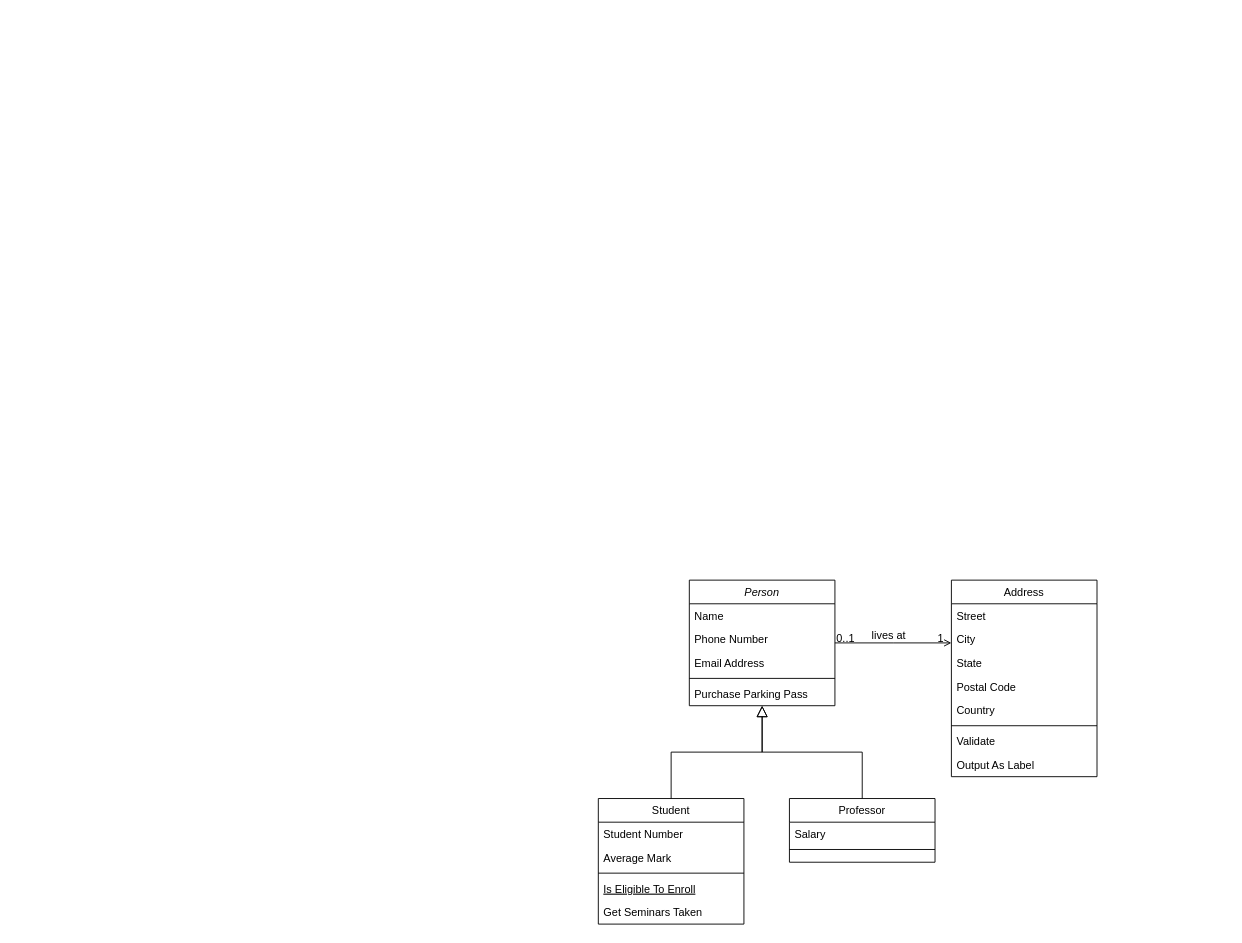
Before: 제목 없는 다이어그램.drawio in cocoju1704/camping, a draw.io diagram. Source tidied: cells renumbered, new cells numbered last; positions are measured from the earlier drawing's top-left corner, leaving out a move shared by most shapes. Both pictures are drawn from the tidied source at 91%, with x=0, y=0 at pixel (598, 580).
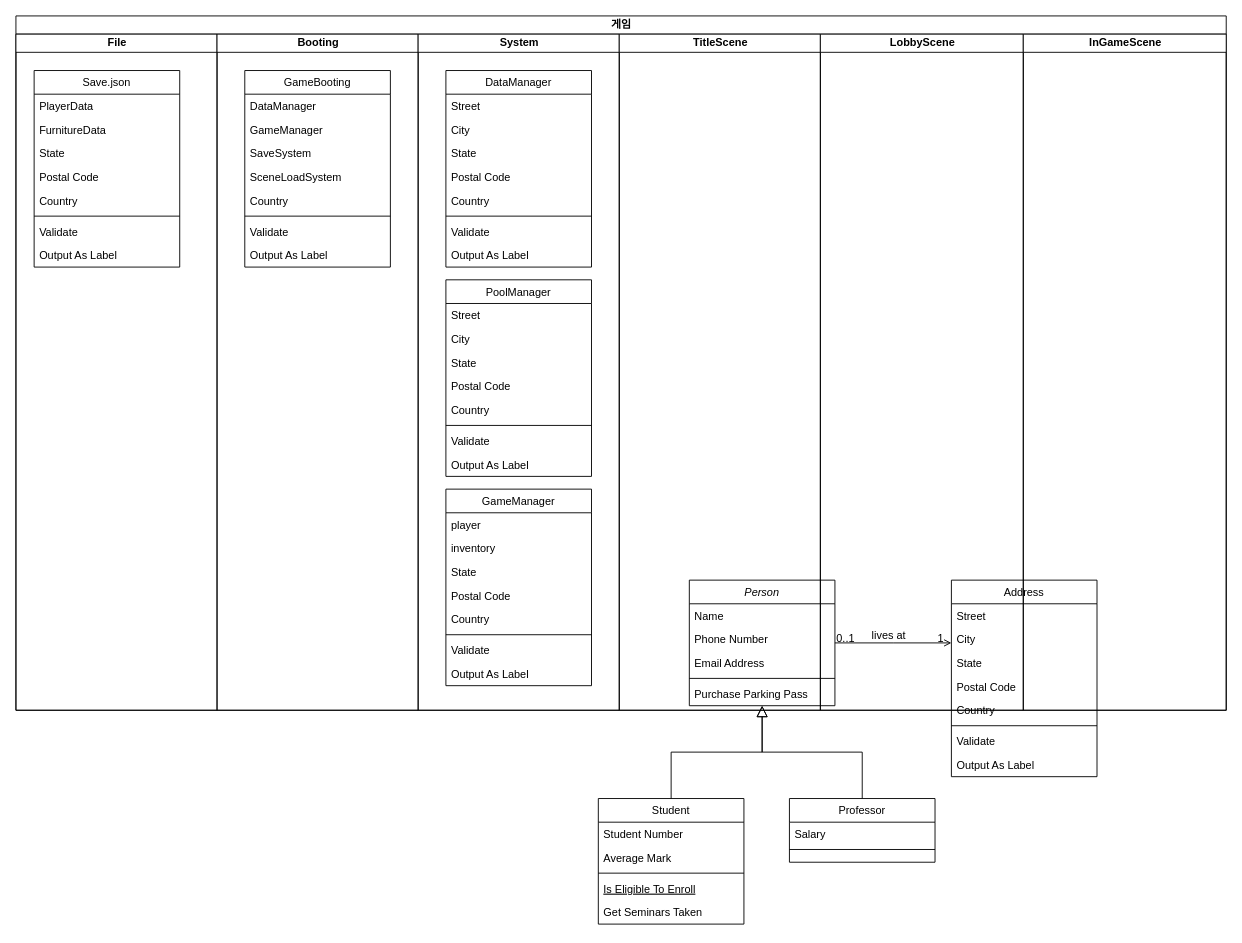
The same diagram, later.

Commit message:
제목 없는 다이어그램.drawio 업데이트

The edit, as a diff of the source:
```diff
@@
+    <mxCell id="32" value="게임" style="swimlane;startSize=20;html=1;" parent="1" vertex="1">
+      <mxGeometry x="-640" y="-620" width="1330" height="763" as="geometry" />
+    </mxCell>
+    <mxCell id="33" value="File" style="swimlane;startSize=20;html=1;" parent="32" vertex="1">
+      <mxGeometry y="20" width="221" height="743" as="geometry" />
+    </mxCell>
+    <mxCell id="34" value="Booting" style="swimlane;startSize=20;html=1;" parent="32" vertex="1">
+      <mxGeometry x="221" y="20" width="221" height="743" as="geometry" />
+    </mxCell>
+    <mxCell id="35" value="GameBooting" style="swimlane;fontStyle=0;align=center;verticalAlign=top;horizontal=1;startSize=26;rounded=0;shadow=0;strokeWidth=1;" parent="34" vertex="1">
+      <mxGeometry x="30.5" y="40" width="160" height="216" as="geometry" />
+    </mxCell>
+    <mxCell id="36" value="DataManager" style="text;align=left;verticalAlign=top;spacingLeft=4;spacingRight=4;overflow=hidden;" parent="35" vertex="1">
+      <mxGeometry y="26" width="160" height="26" as="geometry" />
+    </mxCell>
+    <mxCell id="37" value="GameManager" style="text;align=left;verticalAlign=top;spacingLeft=4;spacingRight=4;overflow=hidden;rounded=0;shadow=0;html=0;" parent="35" vertex="1">
+      <mxGeometry y="52" width="160" height="26" as="geometry" />
+    </mxCell>
+    <mxCell id="38" value="SaveSystem" style="text;align=left;verticalAlign=top;spacingLeft=4;spacingRight=4;overflow=hidden;rounded=0;shadow=0;html=0;" parent="35" vertex="1">
+      <mxGeometry y="78" width="160" height="26" as="geometry" />
+    </mxCell>
+    <mxCell id="39" value="SceneLoadSystem" style="text;align=left;verticalAlign=top;spacingLeft=4;spacingRight=4;overflow=hidden;rounded=0;shadow=0;html=0;" parent="35" vertex="1">
+      <mxGeometry y="104" width="160" height="26" as="geometry" />
+    </mxCell>
+    <mxCell id="40" value="Country" style="text;align=left;verticalAlign=top;spacingLeft=4;spacingRight=4;overflow=hidden;rounded=0;shadow=0;html=0;" parent="35" vertex="1">
+      <mxGeometry y="130" width="160" height="26" as="geometry" />
+    </mxCell>
+    <mxCell id="41" style="line;html=1;strokeWidth=1;align=left;verticalAlign=middle;spacingTop=-1;spacingLeft=3;spacingRight=3;labelPosition=right;" parent="35" vertex="1">
+      <mxGeometry y="156" width="160" height="8" as="geometry" />
+    </mxCell>
+    <mxCell id="42" value="Validate" style="text;align=left;verticalAlign=top;spacingLeft=4;spacingRight=4;overflow=hidden;" parent="35" vertex="1">
+      <mxGeometry y="164" width="160" height="26" as="geometry" />
+    </mxCell>
+    <mxCell id="43" value="Output As Label" style="text;align=left;verticalAlign=top;spacingLeft=4;spacingRight=4;overflow=hidden;" parent="35" vertex="1">
+      <mxGeometry y="190" width="160" height="26" as="geometry" />
+    </mxCell>
+    <mxCell id="44" value="System" style="swimlane;startSize=20;html=1;" parent="32" vertex="1">
+      <mxGeometry x="442" y="20" width="221" height="743" as="geometry" />
+    </mxCell>
+    <mxCell id="45" value="DataManager" style="swimlane;fontStyle=0;align=center;verticalAlign=top;horizontal=1;startSize=26;rounded=0;shadow=0;strokeWidth=1;" parent="44" vertex="1">
+      <mxGeometry x="30.5" y="40" width="160" height="216" as="geometry" />
+    </mxCell>
+    <mxCell id="46" value="Street" style="text;align=left;verticalAlign=top;spacingLeft=4;spacingRight=4;overflow=hidden;" parent="45" vertex="1">
+      <mxGeometry y="26" width="160" height="26" as="geometry" />
+    </mxCell>
+    <mxCell id="47" value="City" style="text;align=left;verticalAlign=top;spacingLeft=4;spacingRight=4;overflow=hidden;rounded=0;shadow=0;html=0;" parent="45" vertex="1">
+      <mxGeometry y="52" width="160" height="26" as="geometry" />
+    </mxCell>
+    <mxCell id="48" value="State" style="text;align=left;verticalAlign=top;spacingLeft=4;spacingRight=4;overflow=hidden;rounded=0;shadow=0;html=0;" parent="45" vertex="1">
+      <mxGeometry y="78" width="160" height="26" as="geometry" />
+    </mxCell>
+    <mxCell id="49" value="Postal Code" style="text;align=left;verticalAlign=top;spacingLeft=4;spacingRight=4;overflow=hidden;rounded=0;shadow=0;html=0;" parent="45" vertex="1">
+      <mxGeometry y="104" width="160" height="26" as="geometry" />
+    </mxCell>
+    <mxCell id="50" value="Country" style="text;align=left;verticalAlign=top;spacingLeft=4;spacingRight=4;overflow=hidden;rounded=0;shadow=0;html=0;" parent="45" vertex="1">
+      <mxGeometry y="130" width="160" height="26" as="geometry" />
+    </mxCell>
+    <mxCell id="51" style="line;html=1;strokeWidth=1;align=left;verticalAlign=middle;spacingTop=-1;spacingLeft=3;spacingRight=3;labelPosition=right;" parent="45" vertex="1">
+      <mxGeometry y="156" width="160" height="8" as="geometry" />
+    </mxCell>
+    <mxCell id="52" value="Validate" style="text;align=left;verticalAlign=top;spacingLeft=4;spacingRight=4;overflow=hidden;" parent="45" vertex="1">
+      <mxGeometry y="164" width="160" height="26" as="geometry" />
+    </mxCell>
+    <mxCell id="53" value="Output As Label" style="text;align=left;verticalAlign=top;spacingLeft=4;spacingRight=4;overflow=hidden;" parent="45" vertex="1">
+      <mxGeometry y="190" width="160" height="26" as="geometry" />
+    </mxCell>
+    <mxCell id="54" value="PoolManager" style="swimlane;fontStyle=0;align=center;verticalAlign=top;horizontal=1;startSize=26;rounded=0;shadow=0;strokeWidth=1;" parent="44" vertex="1">
+      <mxGeometry x="30.5" y="270" width="160" height="216" as="geometry" />
+    </mxCell>
+    <mxCell id="55" value="Street" style="text;align=left;verticalAlign=top;spacingLeft=4;spacingRight=4;overflow=hidden;" parent="54" vertex="1">
+      <mxGeometry y="26" width="160" height="26" as="geometry" />
+    </mxCell>
+    <mxCell id="56" value="City" style="text;align=left;verticalAlign=top;spacingLeft=4;spacingRight=4;overflow=hidden;rounded=0;shadow=0;html=0;" parent="54" vertex="1">
+      <mxGeometry y="52" width="160" height="26" as="geometry" />
+    </mxCell>
+    <mxCell id="57" value="State" style="text;align=left;verticalAlign=top;spacingLeft=4;spacingRight=4;overflow=hidden;rounded=0;shadow=0;html=0;" parent="54" vertex="1">
+      <mxGeometry y="78" width="160" height="26" as="geometry" />
+    </mxCell>
+    <mxCell id="58" value="Postal Code" style="text;align=left;verticalAlign=top;spacingLeft=4;spacingRight=4;overflow=hidden;rounded=0;shadow=0;html=0;" parent="54" vertex="1">
+      <mxGeometry y="104" width="160" height="26" as="geometry" />
+    </mxCell>
+    <mxCell id="59" value="Country" style="text;align=left;verticalAlign=top;spacingLeft=4;spacingRight=4;overflow=hidden;rounded=0;shadow=0;html=0;" parent="54" vertex="1">
+      <mxGeometry y="130" width="160" height="26" as="geometry" />
+    </mxCell>
+    <mxCell id="60" style="line;html=1;strokeWidth=1;align=left;verticalAlign=middle;spacingTop=-1;spacingLeft=3;spacingRight=3;labelPosition=right;" parent="54" vertex="1">
+      <mxGeometry y="156" width="160" height="8" as="geometry" />
+    </mxCell>
+    <mxCell id="61" value="Validate" style="text;align=left;verticalAlign=top;spacingLeft=4;spacingRight=4;overflow=hidden;" parent="54" vertex="1">
+      <mxGeometry y="164" width="160" height="26" as="geometry" />
+    </mxCell>
+    <mxCell id="62" value="Output As Label" style="text;align=left;verticalAlign=top;spacingLeft=4;spacingRight=4;overflow=hidden;" parent="54" vertex="1">
+      <mxGeometry y="190" width="160" height="26" as="geometry" />
+    </mxCell>
+    <mxCell id="63" value="GameManager" style="swimlane;fontStyle=0;align=center;verticalAlign=top;horizontal=1;startSize=26;rounded=0;shadow=0;strokeWidth=1;" parent="44" vertex="1">
+      <mxGeometry x="30.5" y="500" width="160" height="216" as="geometry" />
+    </mxCell>
+    <mxCell id="64" value="player" style="text;align=left;verticalAlign=top;spacingLeft=4;spacingRight=4;overflow=hidden;" parent="63" vertex="1">
+      <mxGeometry y="26" width="160" height="26" as="geometry" />
+    </mxCell>
+    <mxCell id="65" value="inventory" style="text;align=left;verticalAlign=top;spacingLeft=4;spacingRight=4;overflow=hidden;rounded=0;shadow=0;html=0;" parent="63" vertex="1">
+      <mxGeometry y="52" width="160" height="26" as="geometry" />
+    </mxCell>
+    <mxCell id="66" value="State" style="text;align=left;verticalAlign=top;spacingLeft=4;spacingRight=4;overflow=hidden;rounded=0;shadow=0;html=0;" parent="63" vertex="1">
+      <mxGeometry y="78" width="160" height="26" as="geometry" />
+    </mxCell>
+    <mxCell id="67" value="Postal Code" style="text;align=left;verticalAlign=top;spacingLeft=4;spacingRight=4;overflow=hidden;rounded=0;shadow=0;html=0;" parent="63" vertex="1">
+      <mxGeometry y="104" width="160" height="26" as="geometry" />
+    </mxCell>
+    <mxCell id="68" value="Country" style="text;align=left;verticalAlign=top;spacingLeft=4;spacingRight=4;overflow=hidden;rounded=0;shadow=0;html=0;" parent="63" vertex="1">
+      <mxGeometry y="130" width="160" height="26" as="geometry" />
+    </mxCell>
+    <mxCell id="69" style="line;html=1;strokeWidth=1;align=left;verticalAlign=middle;spacingTop=-1;spacingLeft=3;spacingRight=3;labelPosition=right;" parent="63" vertex="1">
+      <mxGeometry y="156" width="160" height="8" as="geometry" />
+    </mxCell>
+    <mxCell id="70" value="Validate" style="text;align=left;verticalAlign=top;spacingLeft=4;spacingRight=4;overflow=hidden;" parent="63" vertex="1">
+      <mxGeometry y="164" width="160" height="26" as="geometry" />
+    </mxCell>
+    <mxCell id="71" value="Output As Label" style="text;align=left;verticalAlign=top;spacingLeft=4;spacingRight=4;overflow=hidden;" parent="63" vertex="1">
+      <mxGeometry y="190" width="160" height="26" as="geometry" />
+    </mxCell>
+    <mxCell id="72" value="TitleScene" style="swimlane;startSize=20;html=1;" parent="32" vertex="1">
+      <mxGeometry x="663" y="20" width="221" height="743" as="geometry" />
+    </mxCell>
+    <mxCell id="73" value="LobbyScene" style="swimlane;startSize=20;html=1;" parent="32" vertex="1">
+      <mxGeometry x="884" y="20" width="223" height="743" as="geometry" />
+    </mxCell>
+    <mxCell id="74" value="InGameScene" style="swimlane;startSize=20;html=1;" parent="32" vertex="1">
+      <mxGeometry x="1107" y="20" width="223" height="743" as="geometry" />
+    </mxCell>
+    <mxCell id="75" value="Save.json" style="swimlane;fontStyle=0;align=center;verticalAlign=top;horizontal=1;startSize=26;rounded=0;shadow=0;strokeWidth=1;" parent="1" vertex="1">
+      <mxGeometry x="-620" y="-560" width="160" height="216" as="geometry" />
+    </mxCell>
+    <mxCell id="76" value="PlayerData" style="text;align=left;verticalAlign=top;spacingLeft=4;spacingRight=4;overflow=hidden;" parent="75" vertex="1">
+      <mxGeometry y="26" width="160" height="26" as="geometry" />
+    </mxCell>
+    <mxCell id="77" value="FurnitureData" style="text;align=left;verticalAlign=top;spacingLeft=4;spacingRight=4;overflow=hidden;rounded=0;shadow=0;html=0;" parent="75" vertex="1">
+      <mxGeometry y="52" width="160" height="26" as="geometry" />
+    </mxCell>
+    <mxCell id="78" value="State" style="text;align=left;verticalAlign=top;spacingLeft=4;spacingRight=4;overflow=hidden;rounded=0;shadow=0;html=0;" parent="75" vertex="1">
+      <mxGeometry y="78" width="160" height="26" as="geometry" />
+    </mxCell>
+    <mxCell id="79" value="Postal Code" style="text;align=left;verticalAlign=top;spacingLeft=4;spacingRight=4;overflow=hidden;rounded=0;shadow=0;html=0;" parent="75" vertex="1">
+      <mxGeometry y="104" width="160" height="26" as="geometry" />
+    </mxCell>
+    <mxCell id="80" value="Country" style="text;align=left;verticalAlign=top;spacingLeft=4;spacingRight=4;overflow=hidden;rounded=0;shadow=0;html=0;" parent="75" vertex="1">
+      <mxGeometry y="130" width="160" height="26" as="geometry" />
+    </mxCell>
+    <mxCell id="81" style="line;html=1;strokeWidth=1;align=left;verticalAlign=middle;spacingTop=-1;spacingLeft=3;spacingRight=3;labelPosition=right;" parent="75" vertex="1">
+      <mxGeometry y="156" width="160" height="8" as="geometry" />
+    </mxCell>
+    <mxCell id="82" value="Validate" style="text;align=left;verticalAlign=top;spacingLeft=4;spacingRight=4;overflow=hidden;" parent="75" vertex="1">
+      <mxGeometry y="164" width="160" height="26" as="geometry" />
+    </mxCell>
+    <mxCell id="83" value="Output As Label" style="text;align=left;verticalAlign=top;spacingLeft=4;spacingRight=4;overflow=hidden;" parent="75" vertex="1">
+      <mxGeometry y="190" width="160" height="26" as="geometry" />
+    </mxCell>
```
